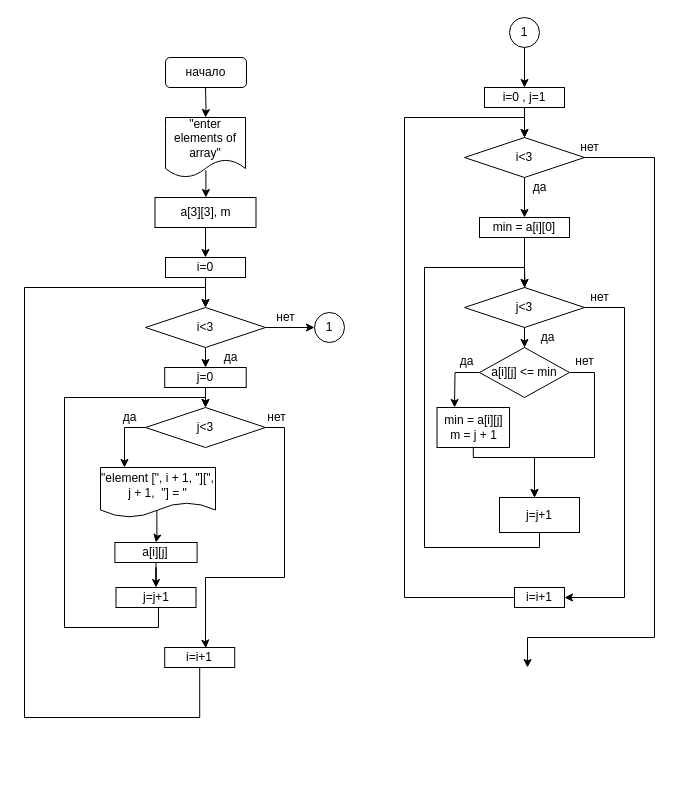
Earlier version of the draw.io diagram 6/6.2.drawio (klep1koff/lifeishard). Source tidied: cells renumbered, new cells numbered last; positions are measured from the earlier drawing's top-left corner, leaving out a move shared by most shapes. Both pictures are drawn from the tidied source at 100%, with x=0, y=0 at pixel (24, 17).
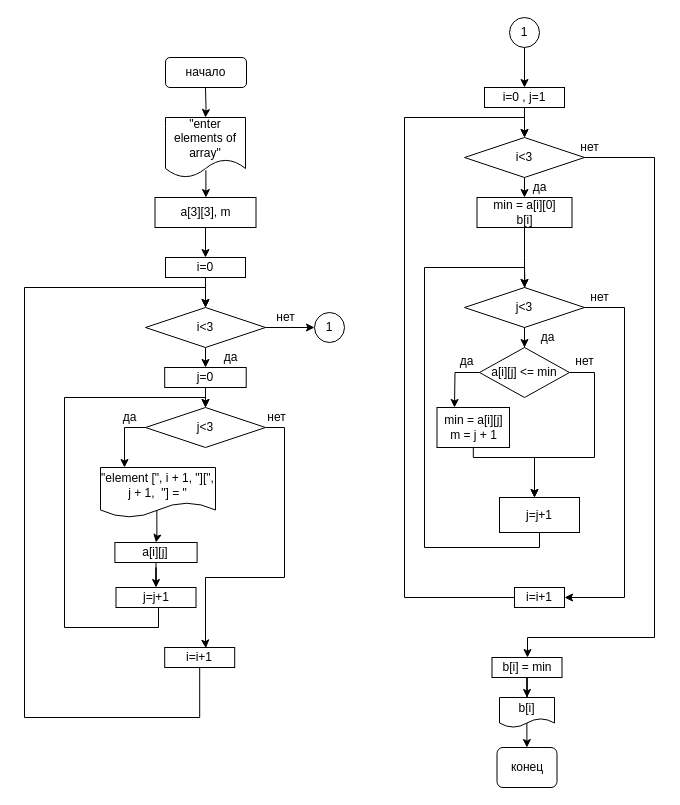
Above is the later version.

The change refers to these unchanged cells:
```xml
<mxCell id="35" value="i&amp;lt;3" style="rhombus;whiteSpace=wrap;html=1;rounded=0;" parent="1" vertex="1">
  <mxGeometry x="440" y="120" width="120" height="40" as="geometry" />
</mxCell>
```

The edit, as a diff of the source:
```diff
@@
-    <mxCell id="34" style="edgeStyle=orthogonalEdgeStyle;rounded=0;jettySize=auto;html=1;" parent="1" edge="1" source="35" target="37">
-      <mxGeometry relative="1" as="geometry" />
+    <mxCell id="34" style="edgeStyle=orthogonalEdgeStyle;rounded=0;jettySize=auto;html=1;" parent="1" edge="1" source="35">
+      <mxGeometry relative="1" as="geometry">
+        <mxPoint x="500" y="180" as="targetPoint" />
+      </mxGeometry>
     </mxCell>
@@
-    <mxCell id="37" value="min = a[i][0]" style="whiteSpace=wrap;html=1;rounded=0;" parent="1" vertex="1">
-      <mxGeometry x="455" y="200" width="90" height="20" as="geometry" />
+    <mxCell id="37" value="min = a[i][0]&lt;br&gt;b[i]" style="whiteSpace=wrap;html=1;rounded=0;" parent="1" vertex="1">
+      <mxGeometry x="452.5" y="180" width="95" height="30" as="geometry" />
     </mxCell>
@@
     <mxCell id="39" style="edgeStyle=orthogonalEdgeStyle;rounded=0;jettySize=auto;html=1;exitX=1;exitY=0.5;exitDx=0;exitDy=0;" parent="1" edge="1" source="35">
       <mxGeometry relative="1" as="geometry">
-        <mxPoint x="503" y="650" as="targetPoint" />
+        <mxPoint x="503" y="640" as="targetPoint" />
         <Array as="points">
           <mxPoint x="630" y="140" />
           <mxPoint x="630" y="620" />
           <mxPoint x="503" y="620" />
         </Array>
       </mxGeometry>
     </mxCell>
@@
+    <mxCell id="59" style="edgeStyle=orthogonalEdgeStyle;rounded=0;jettySize=auto;html=1;" parent="1" edge="1" source="60" target="62">
+      <mxGeometry relative="1" as="geometry" />
+    </mxCell>
+    <mxCell id="60" value="b[i] = min" style="whiteSpace=wrap;html=1;" parent="1" vertex="1">
+      <mxGeometry x="467.5" y="640" width="70" height="20" as="geometry" />
+    </mxCell>
+    <mxCell id="61" style="edgeStyle=orthogonalEdgeStyle;rounded=0;jettySize=auto;html=1;exitX=0.498;exitY=0.845;exitDx=0;exitDy=0;exitPerimeter=0;" parent="1" edge="1" source="62" target="63">
+      <mxGeometry relative="1" as="geometry" />
+    </mxCell>
+    <mxCell id="62" value="b[i]" style="shape=document;whiteSpace=wrap;html=1;boundedLbl=1;" parent="1" vertex="1">
+      <mxGeometry x="475" y="680" width="55" height="30" as="geometry" />
+    </mxCell>
+    <mxCell id="63" value="конец" style="rounded=1;whiteSpace=wrap;html=1;" parent="1" vertex="1">
+      <mxGeometry x="472.5" y="730" width="60" height="40" as="geometry" />
+    </mxCell>
```
